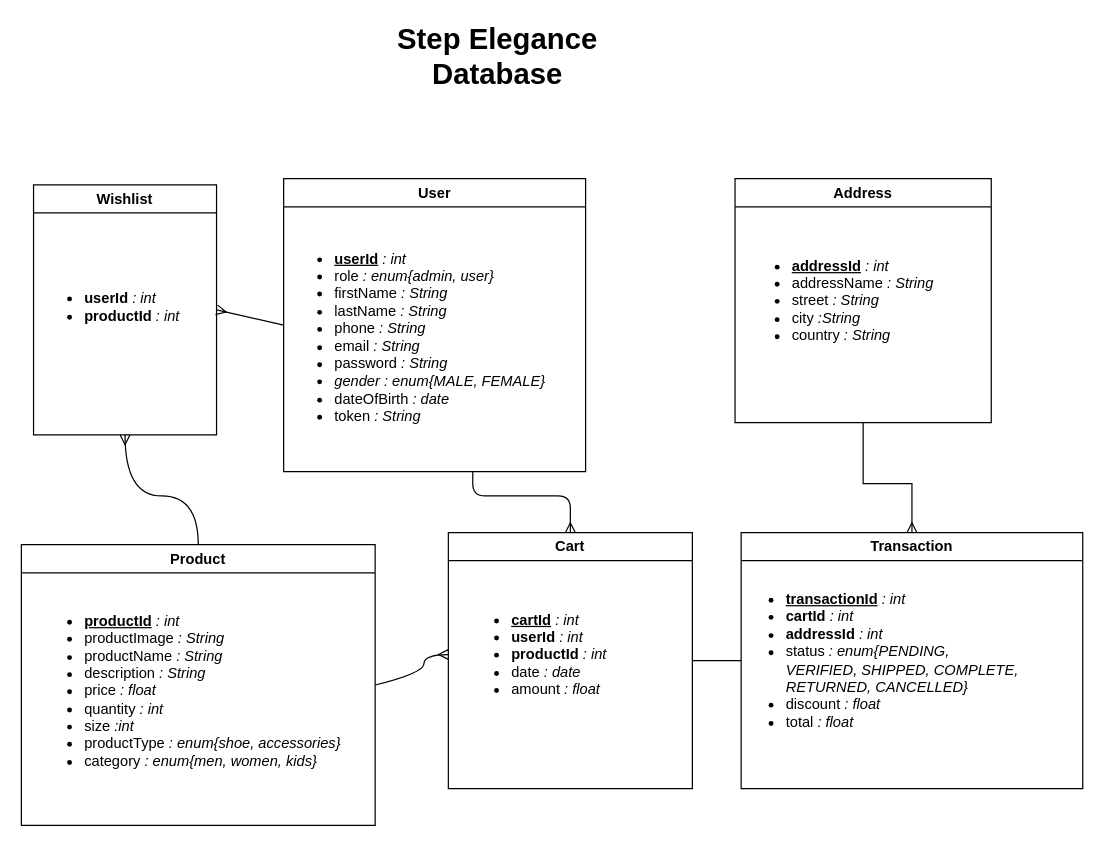
Earlier version of the draw.io diagram StepEleganceFrontEnd/src/assets/ER-diagram.drawio (kasmi00/Step_Elegance33A). Source tidied: cells renumbered, new cells numbered last; positions are measured from the earlier drawing's top-left corner, leaving out a move shared by most shapes. Both pictures are drawn from the tidied source at 122%, with x=0, y=0 at pixel (21, 32).
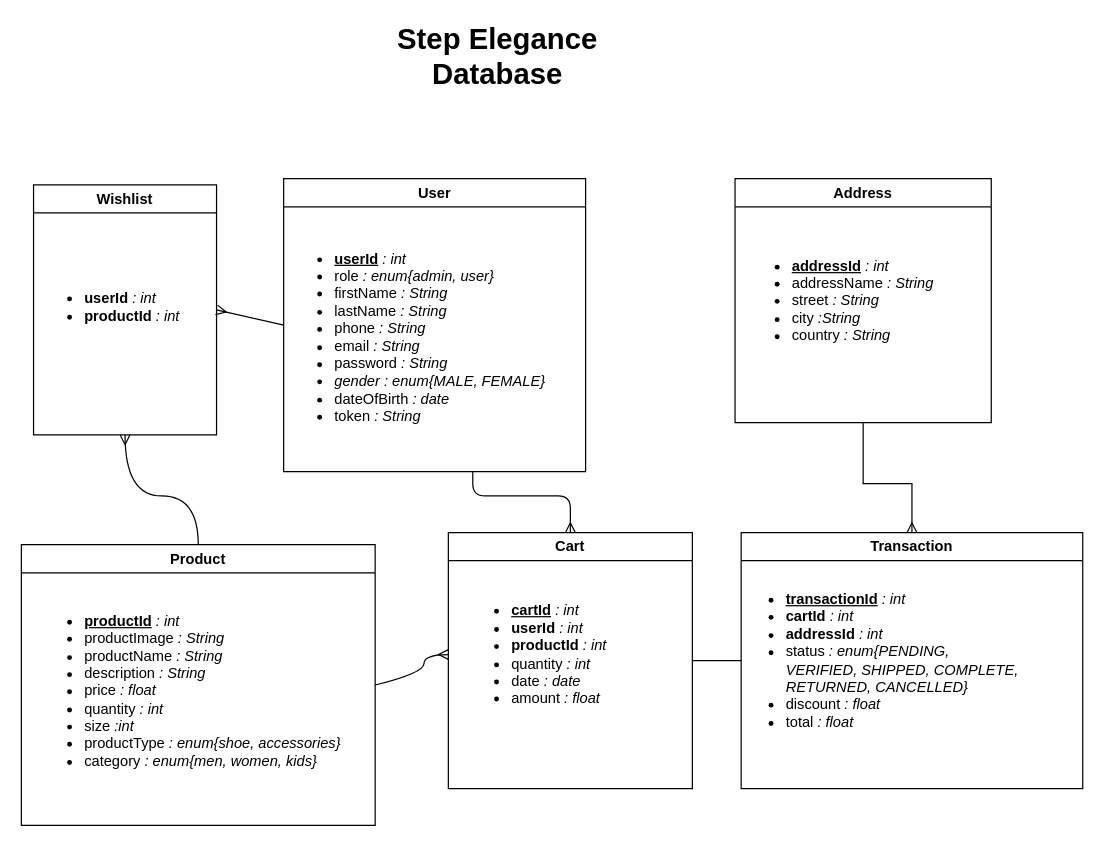
The same page after the edit.

The change refers to these unchanged cells:
```xml
<mxCell id="12" value="Cart" style="swimlane;whiteSpace=wrap;html=1;" parent="1" vertex="1">
  <mxGeometry x="350" y="410" width="200" height="210" as="geometry" />
</mxCell>
```

What changed in the source:
```diff
@@
-    <mxCell id="13" value="&lt;ul&gt;&lt;li&gt;&lt;u style=&quot;font-weight: bold;&quot;&gt;cartId&lt;/u&gt;&lt;i&gt;&amp;nbsp;: int&lt;/i&gt;&lt;/li&gt;&lt;li&gt;&lt;b style=&quot;&quot;&gt;userId &lt;/b&gt;&lt;i&gt;: int&lt;/i&gt;&lt;/li&gt;&lt;li&gt;&lt;b style=&quot;&quot;&gt;productId&amp;nbsp;&lt;/b&gt;&lt;i&gt;: int&lt;/i&gt;&lt;/li&gt;&lt;li&gt;date &lt;i&gt;: date&lt;/i&gt;&lt;/li&gt;&lt;li&gt;amount &lt;i&gt;: float&lt;/i&gt;&lt;/li&gt;&lt;/ul&gt;" style="text;html=1;align=left;verticalAlign=middle;strokeColor=none;fillColor=none;" parent="12" vertex="1">
-      <mxGeometry x="10" y="30" width="140" height="140" as="geometry" />
+    <mxCell id="13" value="&lt;ul&gt;&lt;li&gt;&lt;u style=&quot;font-weight: bold;&quot;&gt;cartId&lt;/u&gt;&lt;i&gt;&amp;nbsp;: int&lt;/i&gt;&lt;/li&gt;&lt;li&gt;&lt;b style=&quot;&quot;&gt;userId &lt;/b&gt;&lt;i&gt;: int&lt;/i&gt;&lt;/li&gt;&lt;li&gt;&lt;b style=&quot;&quot;&gt;productId&amp;nbsp;&lt;/b&gt;&lt;i&gt;: int&lt;/i&gt;&lt;/li&gt;&lt;li&gt;quantity&lt;i&gt; : int&lt;/i&gt;&lt;/li&gt;&lt;li&gt;date &lt;i&gt;: date&lt;/i&gt;&lt;/li&gt;&lt;li&gt;amount &lt;i&gt;: float&lt;/i&gt;&lt;/li&gt;&lt;/ul&gt;" style="text;html=1;align=left;verticalAlign=middle;strokeColor=none;fillColor=none;" parent="12" vertex="1">
+      <mxGeometry x="10" y="20" width="140" height="160" as="geometry" />
     </mxCell>
```
